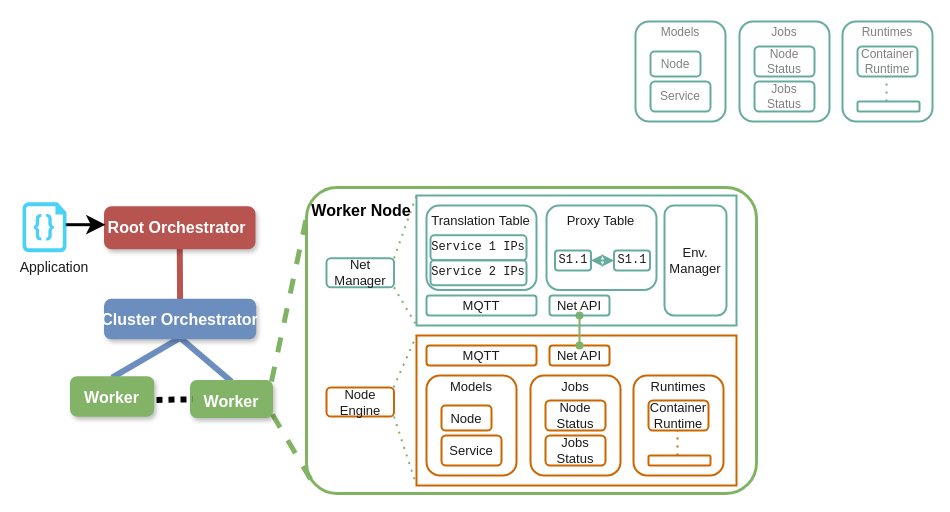
The draw.io diagram content/docs/concepts/arch-node-engine.drawio in nitindermohan/oak-new-docs, before the edit. Source tidied: cells renumbered, new cells numbered last; positions are measured from the earlier drawing's top-left corner, leaving out a move shared by most shapes. Both pictures are drawn from the tidied source at 100%, with x=0, y=0 at pixel (17, 17).
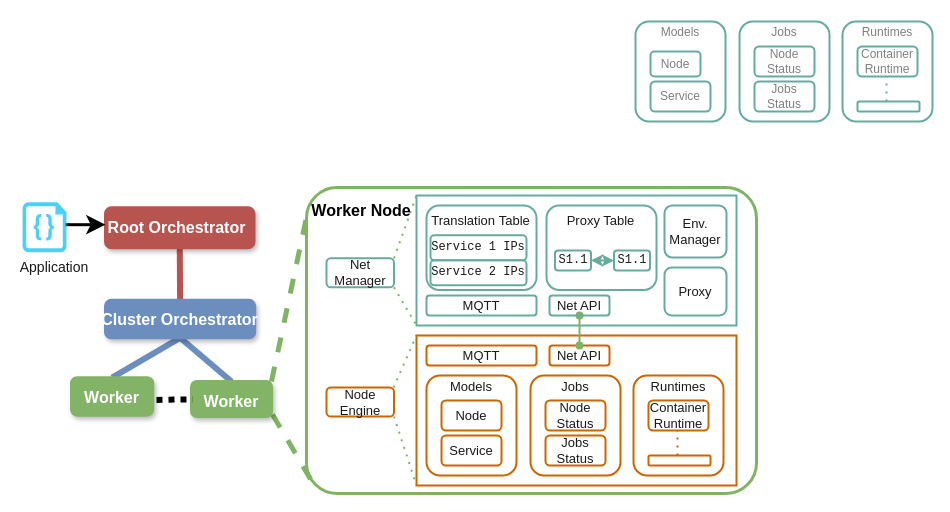
After the change.

Commit message (it also covers changes not shown here):
updated high level arch

Change to the diagram source:
```diff
@@
     <mxCell id="10" value="Node" style="rounded=1;whiteSpace=wrap;html=1;strokeColor=#CC6600;fontColor=#1A1A1A;fillColor=none;strokeWidth=2;fontFamily=CMU Sans Serif;fontSize=13;" parent="1" vertex="1">
-      <mxGeometry x="424" y="388" width="50" height="25" as="geometry" />
+      <mxGeometry x="424" y="383" width="60" height="30" as="geometry" />
     </mxCell>
@@
     <mxCell id="46" value="Env.&lt;div style=&quot;font-size: 13px;&quot;&gt;Manager&lt;/div&gt;" style="rounded=1;whiteSpace=wrap;html=1;strokeColor=#67AB9F;fontColor=#1A1A1A;fillColor=none;strokeWidth=2;fontFamily=CMU Sans Serif;fontSize=13;" parent="1" vertex="1">
-      <mxGeometry x="647" y="188" width="62" height="110" as="geometry" />
+      <mxGeometry x="647" y="188" width="62" height="52" as="geometry" />
     </mxCell>
@@
+    <mxCell id="71" value="Proxy" style="rounded=1;whiteSpace=wrap;html=1;strokeColor=#67AB9F;fontColor=#1A1A1A;fillColor=none;strokeWidth=2;fontFamily=CMU Sans Serif;fontSize=13;" parent="1" vertex="1">
+      <mxGeometry x="647" y="250" width="62" height="48" as="geometry" />
+    </mxCell>
```
